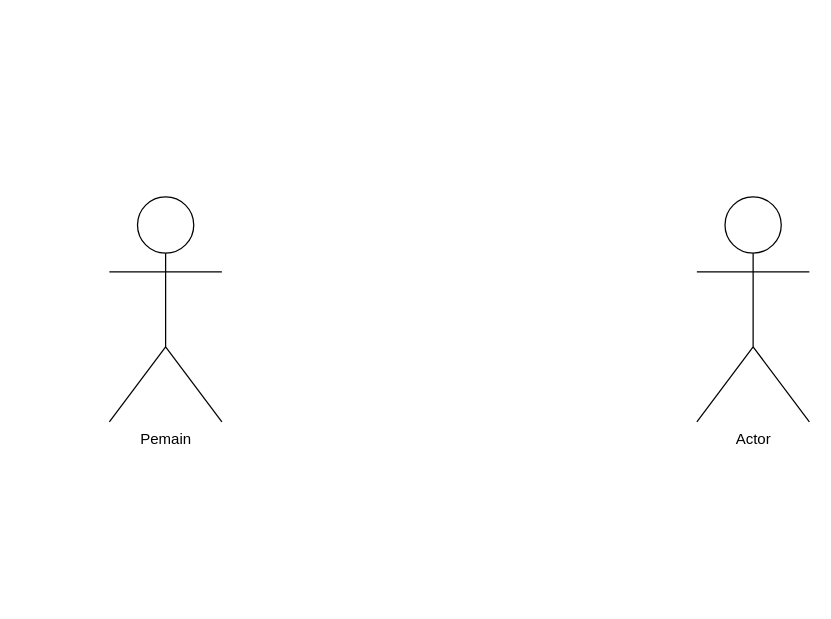
This is BalapKarung.drawio from apollopy-tech/balap-karung, a draw.io file, before an edit. Source tidied: cells renumbered, new cells numbered last; positions are measured from the earlier drawing's top-left corner, leaving out a move shared by most shapes. Both pictures are drawn from the tidied source at 125%, with x=0, y=0 at pixel (109, 196).
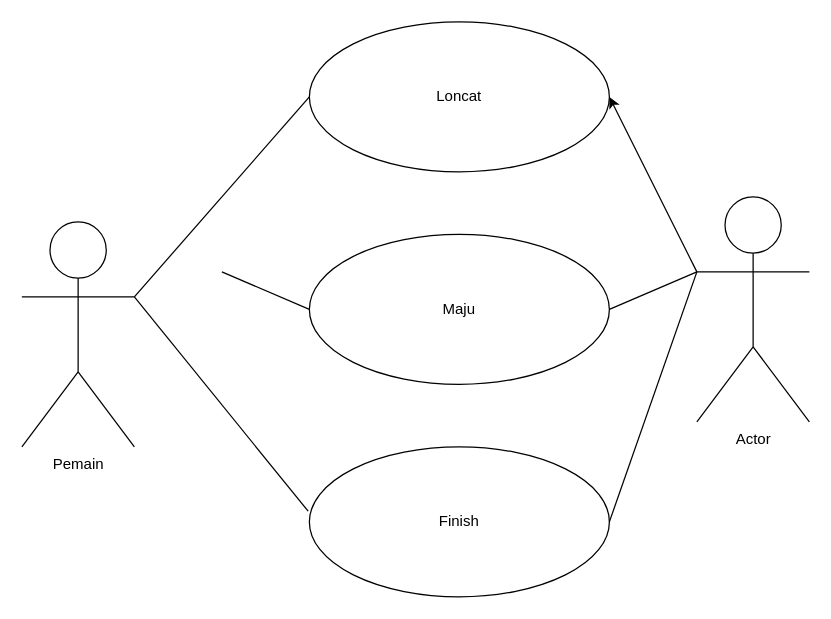
The same page after the edit.

Diff of the diagram source:
```diff
@@
 <mxGraphModel>
   <root>
     <mxCell id="0" />
     <mxCell id="1" parent="0" />
     <mxCell id="2" value="Pemain" style="shape=umlActor;verticalLabelPosition=bottom;verticalAlign=top;html=1;outlineConnect=0;" parent="1" vertex="1">
-      <mxGeometry width="90" height="180" as="geometry" />
+      <mxGeometry x="-70" y="20" width="90" height="180" as="geometry" />
     </mxCell>
     <mxCell id="3" value="Actor" style="shape=umlActor;verticalLabelPosition=bottom;verticalAlign=top;html=1;outlineConnect=0;" parent="1" vertex="1">
       <mxGeometry x="470" width="90" height="180" as="geometry" />
     </mxCell>
+    <mxCell id="4" style="ellipse;whiteSpace=wrap;html=1;" parent="1" vertex="1">
+      <mxGeometry x="160" y="-140" width="240" height="120" as="geometry" />
+    </mxCell>
+    <mxCell id="5" style="ellipse;whiteSpace=wrap;html=1;" parent="1" vertex="1">
+      <mxGeometry x="160" y="30" width="240" height="120" as="geometry" />
+    </mxCell>
+    <mxCell id="6" value="Finish" style="ellipse;whiteSpace=wrap;html=1;" parent="1" vertex="1">
+      <mxGeometry x="160" y="200" width="240" height="120" as="geometry" />
+    </mxCell>
+    <mxCell id="7" value="Loncat" style="text;html=1;strokeColor=none;fillColor=none;align=center;verticalAlign=middle;whiteSpace=wrap;rounded=0;" parent="1" vertex="1">
+      <mxGeometry x="250" y="-95" width="60" height="30" as="geometry" />
+    </mxCell>
+    <mxCell id="8" value="Maju" style="text;html=1;strokeColor=none;fillColor=none;align=center;verticalAlign=middle;whiteSpace=wrap;rounded=0;" parent="1" vertex="1">
+      <mxGeometry x="250" y="75" width="60" height="30" as="geometry" />
+    </mxCell>
+    <mxCell id="9" style="endArrow=none;html=1;rounded=0;entryX=0;entryY=0.5;entryDx=0;entryDy=0;exitX=1;exitY=0.3333333333333333;exitDx=0;exitDy=0;exitPerimeter=0;" parent="1" edge="1" source="2" target="4">
+      <mxGeometry relative="1" as="geometry" />
+    </mxCell>
+    <mxCell id="10" style="endArrow=none;html=1;rounded=0;entryX=0;entryY=0.5;entryDx=0;entryDy=0;" parent="1" edge="1" target="5">
+      <mxGeometry relative="1" as="geometry">
+        <mxPoint x="90" y="60" as="sourcePoint" />
+      </mxGeometry>
+    </mxCell>
+    <mxCell id="11" style="endArrow=none;html=1;rounded=0;exitX=1;exitY=0.3333333333333333;exitDx=0;exitDy=0;exitPerimeter=0;entryX=-0.004;entryY=0.429;entryDx=0;entryDy=0;entryPerimeter=0;" parent="1" edge="1" source="2" target="6">
+      <mxGeometry relative="1" as="geometry" />
+    </mxCell>
+    <mxCell id="12" style="endArrow=none;html=1;rounded=0;exitX=1;exitY=0.5;exitDx=0;exitDy=0;" parent="1" edge="1" source="5">
+      <mxGeometry relative="1" as="geometry">
+        <mxPoint x="470" y="60" as="targetPoint" />
+      </mxGeometry>
+    </mxCell>
+    <mxCell id="13" style="endArrow=none;html=1;rounded=0;entryX=0;entryY=0.3333333333333333;entryDx=0;entryDy=0;entryPerimeter=0;exitX=1;exitY=0.5;exitDx=0;exitDy=0;" parent="1" edge="1" source="6" target="3">
+      <mxGeometry relative="1" as="geometry" />
+    </mxCell>
+    <mxCell id="14" style="endArrow=classic;html=1;rounded=0;entryX=1;entryY=0.5;entryDx=0;entryDy=0;exitX=0;exitY=0.3333333333333333;exitDx=0;exitDy=0;exitPerimeter=0;" parent="1" edge="1" source="3" target="4">
+      <mxGeometry relative="1" as="geometry" />
+    </mxCell>
   </root>
 </mxGraphModel>
```
